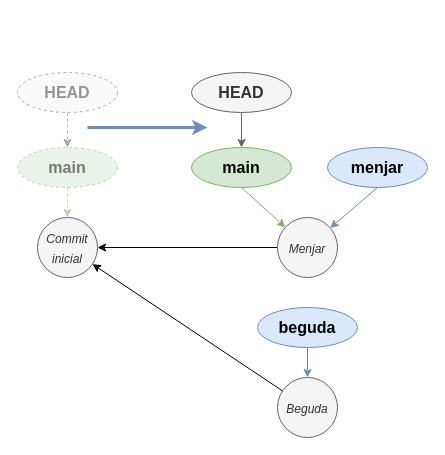
Earlier version of the draw.io diagram docs/apunts/02_branques/img/after_ff.drawio (joapuiib/curs-git). Source tidied: cells renumbered, new cells numbered last; positions are measured from the earlier drawing's top-left corner, leaving out a move shared by most shapes. Both pictures are drawn from the tidied source at 100%, with x=0, y=0 at pixel (17, 72).
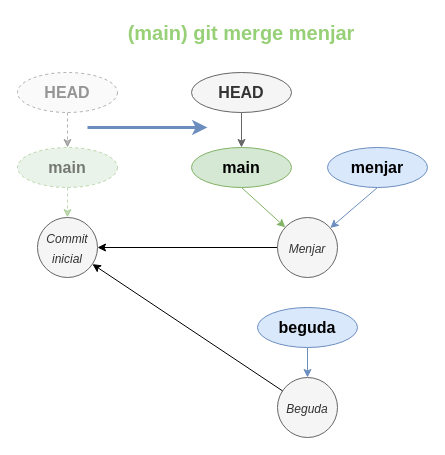
The same diagram, later.

The edit, as a diff of the source:
```diff
@@
+    <mxCell id="20" value="(main) git merge menjar" style="text;html=1;align=center;verticalAlign=middle;whiteSpace=wrap;rounded=0;fontStyle=1;fontSize=20;fontColor=#97D077;" parent="1" vertex="1">
+      <mxGeometry x="104" y="-55" width="240" height="30" as="geometry" />
+    </mxCell>
```
